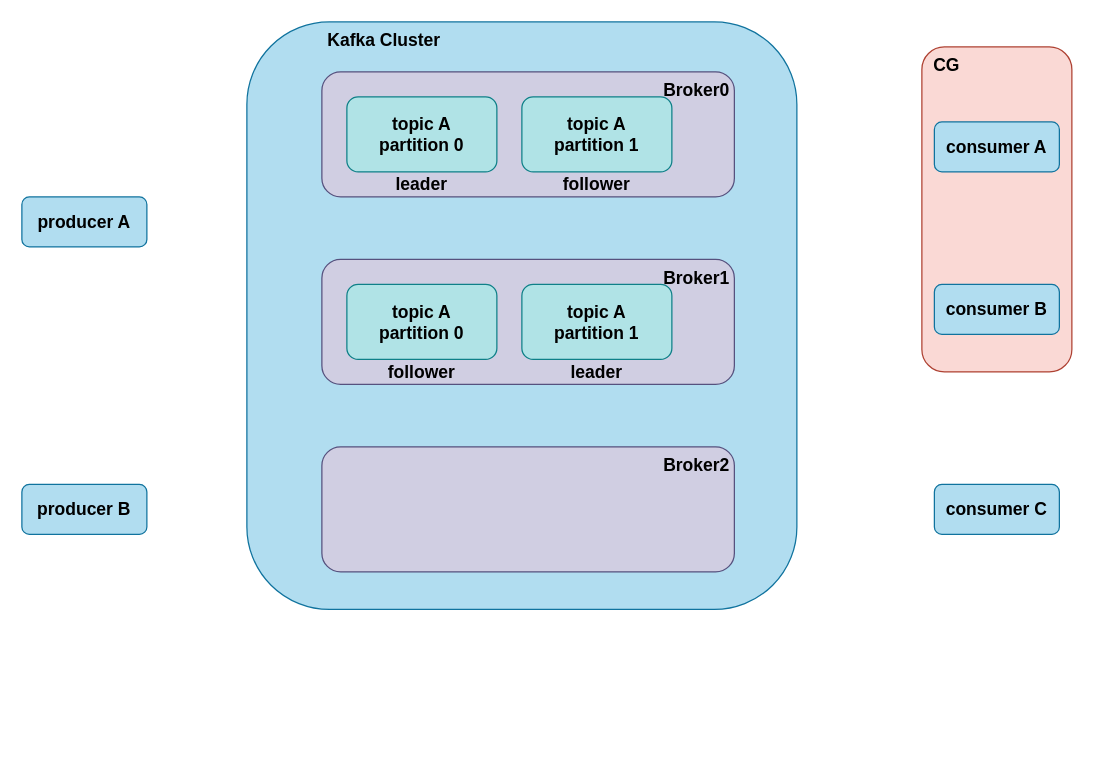
This is kafka架构图.drawio from ibora6/drawio, a draw.io file, before an edit. Source tidied: cells renumbered, new cells numbered last; positions are measured from the earlier drawing's top-left corner, leaving out a move shared by most shapes. Both pictures are drawn from the tidied source at 125%, with x=0, y=0 at pixel (21, 21).
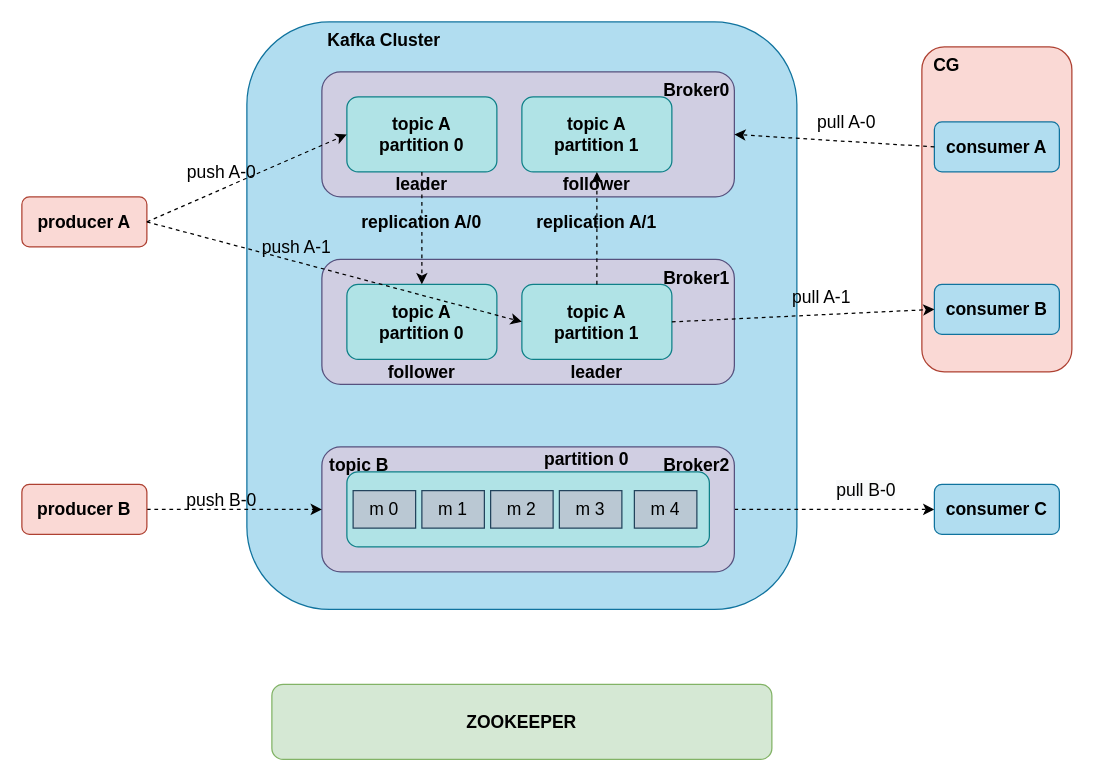
After the change.

Commit message (it also covers changes not shown here):
更新kafka架构图.drawio

Unchanged cells that the change refers to:
```xml
<mxCell id="4" style="rounded=1;whiteSpace=wrap;html=1;fontSize=14;fillColor=#d0cee2;strokeColor=#56517e;" parent="1" vertex="1">
  <mxGeometry x="240" y="40" width="330" height="100" as="geometry" />
</mxCell>
<mxCell id="6" style="rounded=1;whiteSpace=wrap;html=1;fontSize=14;fillColor=#d0cee2;strokeColor=#56517e;" parent="1" vertex="1">
  <mxGeometry x="240" y="340" width="330" height="100" as="geometry" />
</mxCell>
<mxCell id="12" value="&lt;b&gt;consumer A&lt;/b&gt;" style="rounded=1;whiteSpace=wrap;html=1;fontSize=14;fillColor=#b1ddf0;strokeColor=#10739e;" parent="1" vertex="1">
  <mxGeometry x="730" y="80" width="100" height="40" as="geometry" />
</mxCell>
<mxCell id="13" value="&lt;span&gt;&lt;b&gt;consumer B&lt;/b&gt;&lt;/span&gt;" style="rounded=1;whiteSpace=wrap;html=1;fontSize=14;fillColor=#b1ddf0;strokeColor=#10739e;" parent="1" vertex="1">
  <mxGeometry x="730" y="210" width="100" height="40" as="geometry" />
</mxCell>
<mxCell id="14" value="&lt;span&gt;&lt;b&gt;consumer C&lt;/b&gt;&lt;/span&gt;" style="rounded=1;whiteSpace=wrap;html=1;fontSize=14;fillColor=#b1ddf0;strokeColor=#10739e;" parent="1" vertex="1">
  <mxGeometry x="730" y="370" width="100" height="40" as="geometry" />
</mxCell>
<mxCell id="17" value="&lt;b&gt;topic A&lt;br&gt;partition 0&lt;/b&gt;" style="rounded=1;whiteSpace=wrap;html=1;fontSize=14;fillColor=#b0e3e6;strokeColor=#0e8088;" parent="1" vertex="1">
  <mxGeometry x="260" y="60" width="120" height="60" as="geometry" />
</mxCell>
<mxCell id="19" value="&lt;b&gt;topic A&lt;br&gt;partition 0&lt;/b&gt;" style="rounded=1;whiteSpace=wrap;html=1;fontSize=14;fillColor=#b0e3e6;strokeColor=#0e8088;" parent="1" vertex="1">
  <mxGeometry x="260" y="210" width="120" height="60" as="geometry" />
</mxCell>
<mxCell id="20" value="&lt;b&gt;topic A&lt;br&gt;partition 1&lt;/b&gt;" style="rounded=1;whiteSpace=wrap;html=1;fontSize=14;fillColor=#b0e3e6;strokeColor=#0e8088;" parent="1" vertex="1">
  <mxGeometry x="400" y="210" width="120" height="60" as="geometry" />
</mxCell>
<mxCell id="21" value="&lt;b&gt;leader&lt;/b&gt;" style="text;html=1;strokeColor=none;fillColor=none;align=center;verticalAlign=middle;whiteSpace=wrap;rounded=0;fontSize=14;" parent="1" vertex="1">
  <mxGeometry x="290" y="120" width="60" height="20" as="geometry" />
</mxCell>
<mxCell id="23" value="&lt;b&gt;follower&lt;/b&gt;" style="text;html=1;strokeColor=none;fillColor=none;align=center;verticalAlign=middle;whiteSpace=wrap;rounded=0;fontSize=14;" parent="1" vertex="1">
  <mxGeometry x="430" y="120" width="60" height="20" as="geometry" />
</mxCell>
```

Change to the diagram source:
```diff
@@
+    <mxCell id="25" style="edgeStyle=orthogonalEdgeStyle;rounded=0;jettySize=auto;html=1;entryX=0;entryY=0.5;entryDx=0;entryDy=0;dashed=1;fontSize=14;" parent="1" edge="1" source="6" target="14">
+      <mxGeometry relative="1" as="geometry" />
+    </mxCell>
@@
-    <mxCell id="15" value="&lt;span&gt;&lt;b&gt;producer A&lt;/b&gt;&lt;/span&gt;" style="rounded=1;whiteSpace=wrap;html=1;fontSize=14;fillColor=#b1ddf0;strokeColor=#10739e;" parent="1" vertex="1">
+    <mxCell id="15" value="&lt;span&gt;&lt;b&gt;producer A&lt;/b&gt;&lt;/span&gt;" style="rounded=1;whiteSpace=wrap;html=1;fontSize=14;fillColor=#fad9d5;strokeColor=#ae4132;" parent="1" vertex="1">
       <mxGeometry y="140" width="100" height="40" as="geometry" />
     </mxCell>
+    <mxCell id="26" style="edgeStyle=orthogonalEdgeStyle;rounded=0;jettySize=auto;html=1;entryX=0;entryY=0.5;entryDx=0;entryDy=0;dashed=1;fontSize=14;" parent="1" edge="1" source="16" target="6">
+      <mxGeometry relative="1" as="geometry" />
+    </mxCell>
-    <mxCell id="16" value="&lt;b&gt;producer B&lt;/b&gt;" style="rounded=1;whiteSpace=wrap;html=1;fontSize=14;fillColor=#b1ddf0;strokeColor=#10739e;" parent="1" vertex="1">
+    <mxCell id="16" value="&lt;b&gt;producer B&lt;/b&gt;" style="rounded=1;whiteSpace=wrap;html=1;fontSize=14;fillColor=#fad9d5;strokeColor=#ae4132;" parent="1" vertex="1">
       <mxGeometry y="370" width="100" height="40" as="geometry" />
     </mxCell>
@@
+    <mxCell id="27" style="endArrow=classic;html=1;rounded=0;fontSize=14;entryX=0;entryY=0.5;entryDx=0;entryDy=0;exitX=1;exitY=0.5;exitDx=0;exitDy=0;dashed=1;" parent="1" edge="1" source="15" target="17">
+      <mxGeometry relative="1" as="geometry" />
+    </mxCell>
+    <mxCell id="28" style="endArrow=classic;html=1;rounded=0;fontSize=14;entryX=0;entryY=0.5;entryDx=0;entryDy=0;exitX=1;exitY=0.5;exitDx=0;exitDy=0;dashed=1;" parent="1" edge="1" source="15" target="20">
+      <mxGeometry relative="1" as="geometry" />
+    </mxCell>
+    <mxCell id="29" value="push A-0" style="text;html=1;strokeColor=none;fillColor=none;align=center;verticalAlign=middle;whiteSpace=wrap;rounded=0;fontSize=14;" parent="1" vertex="1">
+      <mxGeometry x="130" y="110" width="60" height="20" as="geometry" />
+    </mxCell>
+    <mxCell id="30" value="push A-1" style="text;html=1;strokeColor=none;fillColor=none;align=center;verticalAlign=middle;whiteSpace=wrap;rounded=0;fontSize=14;" parent="1" vertex="1">
+      <mxGeometry x="190" y="170" width="60" height="20" as="geometry" />
+    </mxCell>
+    <mxCell id="31" style="endArrow=classic;html=1;rounded=0;dashed=1;fontSize=14;exitX=0.5;exitY=0;exitDx=0;exitDy=0;entryX=0.5;entryY=0;entryDx=0;entryDy=0;" parent="1" edge="1" source="21" target="19">
+      <mxGeometry relative="1" as="geometry" />
+    </mxCell>
+    <mxCell id="32" style="endArrow=classic;html=1;rounded=0;dashed=1;fontSize=14;exitX=0.5;exitY=0;exitDx=0;exitDy=0;entryX=0.5;entryY=0;entryDx=0;entryDy=0;" parent="1" edge="1" source="20" target="23">
+      <mxGeometry relative="1" as="geometry" />
+    </mxCell>
+    <mxCell id="33" value="&lt;b&gt;replication A/0&lt;/b&gt;" style="text;html=1;strokeColor=none;fillColor=none;align=center;verticalAlign=middle;whiteSpace=wrap;rounded=0;fontSize=14;" parent="1" vertex="1">
+      <mxGeometry x="270" y="150" width="100" height="20" as="geometry" />
+    </mxCell>
+    <mxCell id="34" value="&lt;b&gt;replication A/1&lt;/b&gt;" style="text;html=1;strokeColor=none;fillColor=none;align=center;verticalAlign=middle;whiteSpace=wrap;rounded=0;fontSize=14;" parent="1" vertex="1">
+      <mxGeometry x="410" y="150" width="100" height="20" as="geometry" />
+    </mxCell>
+    <mxCell id="35" style="endArrow=classic;html=1;rounded=0;dashed=1;fontSize=14;exitX=0;exitY=0.5;exitDx=0;exitDy=0;entryX=1;entryY=0.5;entryDx=0;entryDy=0;" parent="1" edge="1" source="12" target="4">
+      <mxGeometry relative="1" as="geometry" />
+    </mxCell>
+    <mxCell id="36" style="endArrow=classic;html=1;rounded=0;dashed=1;fontSize=14;exitX=1;exitY=0.5;exitDx=0;exitDy=0;entryX=0;entryY=0.5;entryDx=0;entryDy=0;" parent="1" edge="1" source="20" target="13">
+      <mxGeometry relative="1" as="geometry" />
+    </mxCell>
+    <mxCell id="37" value="pull A-0" style="text;html=1;strokeColor=none;fillColor=none;align=center;verticalAlign=middle;whiteSpace=wrap;rounded=0;fontSize=14;" parent="1" vertex="1">
+      <mxGeometry x="630" y="70" width="60" height="20" as="geometry" />
+    </mxCell>
+    <mxCell id="38" value="pull A-1" style="text;html=1;strokeColor=none;fillColor=none;align=center;verticalAlign=middle;whiteSpace=wrap;rounded=0;fontSize=14;" parent="1" vertex="1">
+      <mxGeometry x="610" y="210" width="60" height="20" as="geometry" />
+    </mxCell>
+    <mxCell id="39" style="rounded=1;whiteSpace=wrap;html=1;fontSize=14;fillColor=#b0e3e6;strokeColor=#0e8088;" parent="1" vertex="1">
+      <mxGeometry x="260" y="360" width="290" height="60" as="geometry" />
+    </mxCell>
+    <mxCell id="40" value="&lt;b&gt;topic B&lt;/b&gt;" style="text;html=1;strokeColor=none;fillColor=none;align=center;verticalAlign=middle;whiteSpace=wrap;rounded=0;fontSize=14;" parent="1" vertex="1">
+      <mxGeometry x="240" y="340" width="60" height="30" as="geometry" />
+    </mxCell>
+    <mxCell id="41" value="&lt;b&gt;partition 0&lt;/b&gt;" style="text;html=1;strokeColor=none;fillColor=none;align=center;verticalAlign=middle;whiteSpace=wrap;rounded=0;fontSize=14;" parent="1" vertex="1">
+      <mxGeometry x="414" y="340" width="76" height="20" as="geometry" />
+    </mxCell>
+    <mxCell id="42" value="m 0" style="rounded=0;whiteSpace=wrap;html=1;fontSize=14;fillColor=#bac8d3;strokeColor=#23445d;" parent="1" vertex="1">
+      <mxGeometry x="265" y="375" width="50" height="30" as="geometry" />
+    </mxCell>
+    <mxCell id="43" value="&lt;span&gt;m 1&lt;/span&gt;" style="rounded=0;whiteSpace=wrap;html=1;fontSize=14;fillColor=#bac8d3;strokeColor=#23445d;" parent="1" vertex="1">
+      <mxGeometry x="320" y="375" width="50" height="30" as="geometry" />
+    </mxCell>
+    <mxCell id="44" value="&lt;span&gt;m 2&lt;/span&gt;" style="rounded=0;whiteSpace=wrap;html=1;fontSize=14;fillColor=#bac8d3;strokeColor=#23445d;" parent="1" vertex="1">
+      <mxGeometry x="375" y="375" width="50" height="30" as="geometry" />
+    </mxCell>
+    <mxCell id="45" value="push B-0" style="text;html=1;strokeColor=none;fillColor=none;align=center;verticalAlign=middle;whiteSpace=wrap;rounded=0;fontSize=14;" parent="1" vertex="1">
+      <mxGeometry x="130" y="375" width="60" height="15" as="geometry" />
+    </mxCell>
+    <mxCell id="46" value="&lt;span style=&quot;color: rgb(0 , 0 , 0) ; font-family: &amp;#34;helvetica&amp;#34; ; font-size: 14px ; font-style: normal ; font-weight: 400 ; letter-spacing: normal ; text-align: center ; text-indent: 0px ; text-transform: none ; word-spacing: 0px ; background-color: rgb(248 , 249 , 250) ; display: inline ; float: none&quot;&gt;pull B-0&lt;/span&gt;" style="text;whiteSpace=wrap;html=1;fontSize=14;" parent="1" vertex="1">
+      <mxGeometry x="650" y="360" width="50" height="30" as="geometry" />
+    </mxCell>
+    <mxCell id="47" value="&lt;span&gt;m 3&lt;/span&gt;" style="rounded=0;whiteSpace=wrap;html=1;fontSize=14;fillColor=#bac8d3;strokeColor=#23445d;" parent="1" vertex="1">
+      <mxGeometry x="430" y="375" width="50" height="30" as="geometry" />
+    </mxCell>
+    <mxCell id="48" value="&lt;span&gt;m 4&lt;/span&gt;" style="rounded=0;whiteSpace=wrap;html=1;fontSize=14;fillColor=#bac8d3;strokeColor=#23445d;" parent="1" vertex="1">
+      <mxGeometry x="490" y="375" width="50" height="30" as="geometry" />
+    </mxCell>
+    <mxCell id="49" value="&lt;b&gt;ZOOKEEPER&lt;/b&gt;" style="rounded=1;whiteSpace=wrap;html=1;fontSize=14;fillColor=#d5e8d4;strokeColor=#82b366;" parent="1" vertex="1">
+      <mxGeometry x="200" y="530" width="400" height="60" as="geometry" />
+    </mxCell>
```
